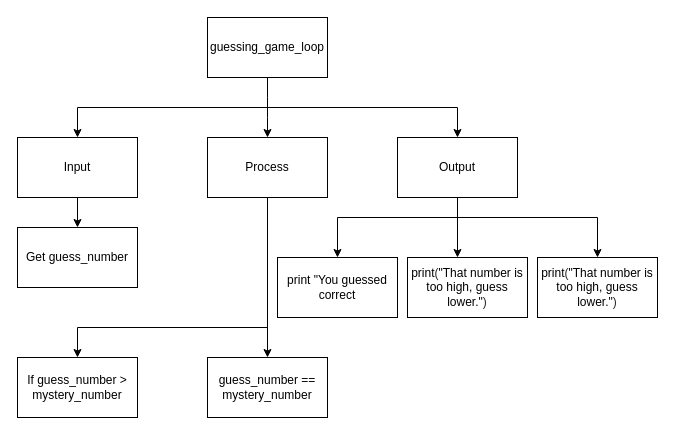
The draw.io diagram Draw.io/topdown.drawio in Peter-Gemmell/ICS3U-Unit4-04-Python, before the edit. Source tidied: cells renumbered, new cells numbered last; positions are measured from the earlier drawing's top-left corner, leaving out a move shared by most shapes. Both pictures are drawn from the tidied source at 100%, with x=0, y=0 at pixel (17, 17).
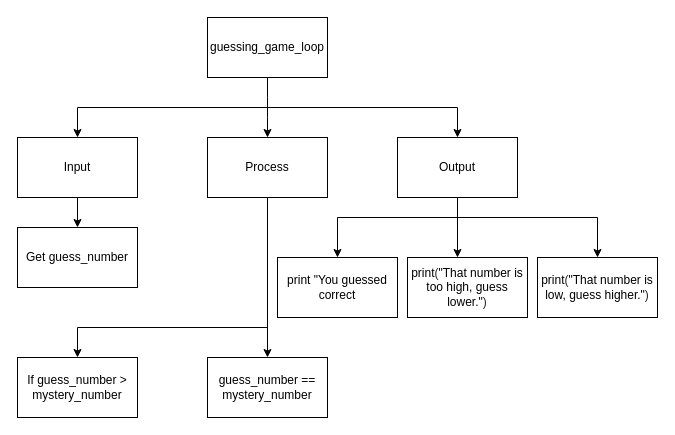
Above is the later version.

Diff of the diagram source:
```diff
@@
-    <mxCell id="20" value="&lt;span class=&quot;pl-en&quot; style=&quot;text-align: left ; box-sizing: border-box ; background-color: rgb(255 , 255 , 255)&quot;&gt;&lt;span class=&quot;pl-token&quot; style=&quot;box-sizing: border-box&quot;&gt;print&lt;/span&gt;&lt;/span&gt;&lt;span style=&quot;text-align: left ; color: rgb(36 , 41 , 47) ; background-color: rgb(255 , 255 , 255)&quot;&gt;(&lt;/span&gt;&lt;span class=&quot;pl-s&quot; style=&quot;text-align: left ; box-sizing: border-box ; background-color: rgb(255 , 255 , 255)&quot;&gt;&quot;That number is too high, guess lower.&quot;&lt;/span&gt;&lt;span style=&quot;text-align: left ; color: rgb(36 , 41 , 47) ; background-color: rgb(255 , 255 , 255)&quot;&gt;)&lt;/span&gt;" style="rounded=0;whiteSpace=wrap;html=1;" parent="1" vertex="1">
+    <mxCell id="20" value="&lt;span class=&quot;pl-en&quot; style=&quot;text-align: left ; box-sizing: border-box ; background-color: rgb(255 , 255 , 255)&quot;&gt;&lt;span class=&quot;pl-token&quot; style=&quot;box-sizing: border-box&quot;&gt;print&lt;/span&gt;&lt;/span&gt;&lt;span style=&quot;text-align: left ; color: rgb(36 , 41 , 47) ; background-color: rgb(255 , 255 , 255)&quot;&gt;(&lt;/span&gt;&lt;span class=&quot;pl-s&quot; style=&quot;text-align: left ; box-sizing: border-box ; background-color: rgb(255 , 255 , 255)&quot;&gt;&quot;That number is low, guess higher.&quot;&lt;/span&gt;&lt;span style=&quot;text-align: left ; color: rgb(36 , 41 , 47) ; background-color: rgb(255 , 255 , 255)&quot;&gt;)&lt;/span&gt;" style="rounded=0;whiteSpace=wrap;html=1;" parent="1" vertex="1">
       <mxGeometry x="520" y="240" width="120" height="60" as="geometry" />
     </mxCell>
```
